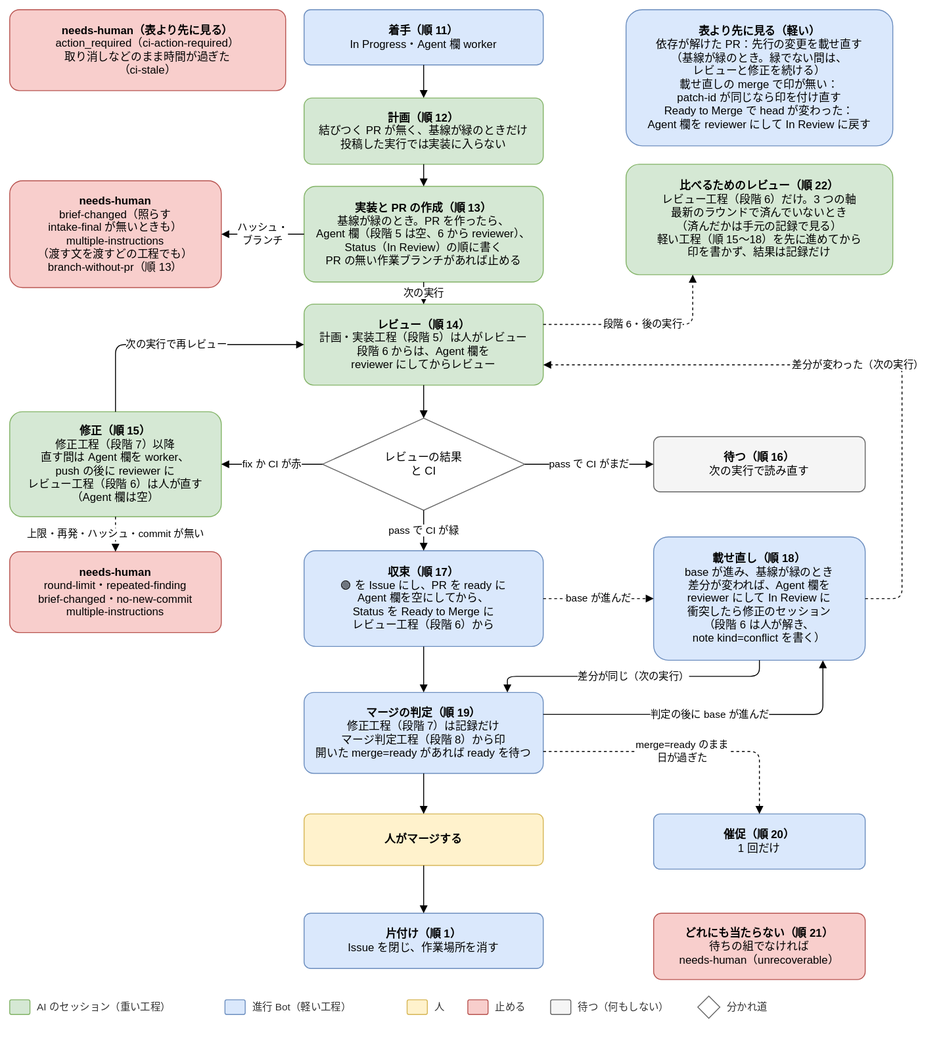
This is docs/design/basic/diagrams/02-next-step-in-progress.drawio.svg from Joymerrevent/dev-autopilot, a draw.io export, as it was before one commit. Source tidied: cells renumbered, new cells last; positions are measured from the earlier drawing's top-left corner, leaving out a move shared by most shapes.
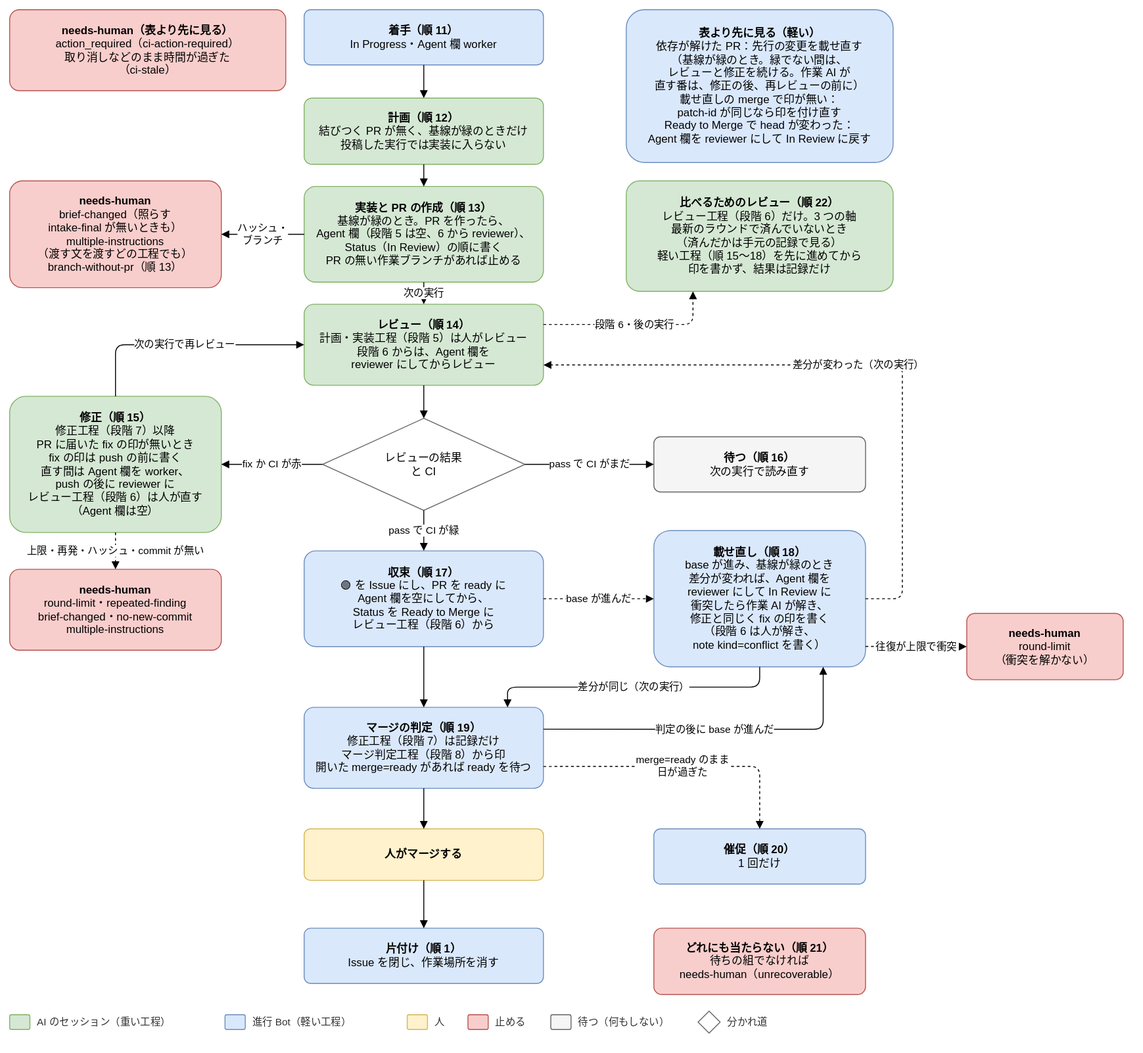
After the commit.

The edit, as a diff of the source:
```diff
@@ -3,34 +3,34 @@
     <mxCell id="0" />
     <mxCell id="1" parent="0" />
     <mxCell id="2" value="&lt;b&gt;着手（順 11）&lt;/b&gt;&lt;br&gt;In Progress・Agent 欄 worker" style="rounded=1;whiteSpace=wrap;html=1;fontSize=12;arcSize=12;spacing=12;fillColor=#dae8fc;strokeColor=#6c8ebf;" parent="1" vertex="1">
-      <mxGeometry x="320" width="260" height="60" as="geometry" />
+      <mxGeometry x="320" y="-16" width="260" height="60" as="geometry" />
     </mxCell>
     <mxCell id="3" value="&lt;b&gt;計画（順 12）&lt;/b&gt;&lt;br&gt;結びつく PR が無く、基線が緑のときだけ&lt;br&gt;投稿した実行では実装に入らない" style="rounded=1;whiteSpace=wrap;html=1;fontSize=12;arcSize=12;spacing=12;fillColor=#d5e8d4;strokeColor=#82b366;" parent="1" vertex="1">
-      <mxGeometry x="320" y="96" width="260" height="72" as="geometry" />
+      <mxGeometry x="320" y="80" width="260" height="72" as="geometry" />
     </mxCell>
     <mxCell id="4" value="&lt;b&gt;実装と PR の作成（順 13）&lt;/b&gt;&lt;br&gt;基線が緑のとき。PR を作ったら、&lt;br&gt;Agent 欄（段階 5 は空、6 から reviewer）、&lt;br&gt;Status（In Review）の順に書く&lt;br&gt;PR の無い作業ブランチがあれば止める" style="rounded=1;whiteSpace=wrap;html=1;fontSize=12;arcSize=12;spacing=12;fillColor=#d5e8d4;strokeColor=#82b366;" parent="1" vertex="1">
-      <mxGeometry x="320" y="192" width="260" height="104" as="geometry" />
+      <mxGeometry x="320" y="176" width="260" height="104" as="geometry" />
     </mxCell>
     <mxCell id="5" value="&lt;b&gt;レビュー（順 14）&lt;/b&gt;&lt;br&gt;計画・実装工程（段階 5）は人がレビュー&lt;br&gt;段階 6 からは、Agent 欄を&lt;br&gt;reviewer にしてからレビュー" style="rounded=1;whiteSpace=wrap;html=1;fontSize=12;arcSize=12;spacing=12;fillColor=#d5e8d4;strokeColor=#82b366;" parent="1" vertex="1">
-      <mxGeometry x="320" y="320" width="260" height="88" as="geometry" />
+      <mxGeometry x="320" y="304" width="260" height="88" as="geometry" />
     </mxCell>
     <mxCell id="6" value="レビューの結果&lt;br&gt;と CI" style="rhombus;whiteSpace=wrap;html=1;fontSize=12;spacing=12;fillColor=#ffffff;strokeColor=#666666;" parent="1" vertex="1">
-      <mxGeometry x="340" y="444" width="220" height="100" as="geometry" />
+      <mxGeometry x="340" y="428" width="220" height="100" as="geometry" />
     </mxCell>
-    <mxCell id="7" value="&lt;b&gt;修正（順 15）&lt;/b&gt;&lt;br&gt;修正工程（段階 7）以降&lt;br&gt;直す間は Agent 欄を worker、&lt;br&gt;push の後に reviewer に&lt;br&gt;レビュー工程（段階 6）は人が直す&lt;br&gt;（Agent 欄は空）" style="rounded=1;whiteSpace=wrap;html=1;fontSize=12;arcSize=12;spacing=12;fillColor=#d5e8d4;strokeColor=#82b366;" parent="1" vertex="1">
-      <mxGeometry y="437" width="230" height="114" as="geometry" />
+    <mxCell id="7" value="&lt;b&gt;修正（順 15）&lt;/b&gt;&lt;br&gt;修正工程（段階 7）以降&lt;br&gt;PR に届いた fix の印が無いとき&lt;br&gt;fix の印は push の前に書く&lt;br&gt;直す間は Agent 欄を worker、&lt;br&gt;push の後に reviewer に&lt;br&gt;レビュー工程（段階 6）は人が直す&lt;br&gt;（Agent 欄は空）" style="rounded=1;whiteSpace=wrap;html=1;fontSize=12;arcSize=12;spacing=12;fillColor=#d5e8d4;strokeColor=#82b366;" parent="1" vertex="1">
+      <mxGeometry y="404" width="230" height="148" as="geometry" />
     </mxCell>
     <mxCell id="8" value="&lt;b&gt;needs-human&lt;/b&gt;&lt;br&gt;round-limit・repeated-finding&lt;br&gt;brief-changed・no-new-commit&lt;br&gt;multiple-instructions" style="rounded=1;whiteSpace=wrap;html=1;fontSize=12;arcSize=12;spacing=12;fillColor=#f8cecc;strokeColor=#b85450;" parent="1" vertex="1">
-      <mxGeometry y="589" width="230" height="88" as="geometry" />
+      <mxGeometry y="592" width="230" height="88" as="geometry" />
     </mxCell>
     <mxCell id="9" value="&lt;b&gt;待つ（順 16）&lt;/b&gt;&lt;br&gt;次の実行で読み直す" style="rounded=1;whiteSpace=wrap;html=1;fontSize=12;arcSize=12;spacing=12;fillColor=#f5f5f5;strokeColor=#666666;" parent="1" vertex="1">
-      <mxGeometry x="700" y="464" width="230" height="60" as="geometry" />
+      <mxGeometry x="700" y="448" width="230" height="60" as="geometry" />
     </mxCell>
     <mxCell id="10" value="&lt;b&gt;収束（順 17）&lt;/b&gt;&lt;br&gt;🟢 を Issue にし、PR を ready に&lt;br&gt;Agent 欄を空にしてから、&lt;br&gt;Status を Ready to Merge に&lt;br&gt;レビュー工程（段階 6）から" style="rounded=1;whiteSpace=wrap;html=1;fontSize=12;arcSize=12;spacing=12;fillColor=#dae8fc;strokeColor=#6c8ebf;" parent="1" vertex="1">
-      <mxGeometry x="320" y="588" width="260" height="104" as="geometry" />
+      <mxGeometry x="320" y="572" width="260" height="104" as="geometry" />
     </mxCell>
-    <mxCell id="11" value="&lt;b&gt;載せ直し（順 18）&lt;/b&gt;&lt;br&gt;base が進み、基線が緑のとき&lt;br&gt;差分が変われば、Agent 欄を&lt;br&gt;reviewer にして In Review に&lt;br&gt;衝突したら修正のセッション&lt;br&gt;（段階 6 は人が解き、&lt;br&gt;note kind=conflict を書く）" style="rounded=1;whiteSpace=wrap;html=1;fontSize=12;arcSize=12;spacing=12;fillColor=#dae8fc;strokeColor=#6c8ebf;" parent="1" vertex="1">
-      <mxGeometry x="700" y="573" width="230" height="134" as="geometry" />
+    <mxCell id="11" value="&lt;b&gt;載せ直し（順 18）&lt;/b&gt;&lt;br&gt;base が進み、基線が緑のとき&lt;br&gt;差分が変われば、Agent 欄を&lt;br&gt;reviewer にして In Review に&lt;br&gt;衝突したら作業 AI が解き、&lt;br&gt;修正と同じく fix の印を書く&lt;br&gt;（段階 6 は人が解き、&lt;br&gt;note kind=conflict を書く）" style="rounded=1;whiteSpace=wrap;html=1;fontSize=12;arcSize=12;spacing=12;fillColor=#dae8fc;strokeColor=#6c8ebf;" parent="1" vertex="1">
+      <mxGeometry x="700" y="550" width="230" height="148" as="geometry" />
     </mxCell>
     <mxCell id="12" value="&lt;b&gt;マージの判定（順 19）&lt;/b&gt;&lt;br&gt;修正工程（段階 7）は記録だけ&lt;br&gt;マージ判定工程（段階 8）から印&lt;br&gt;開いた merge=ready があれば ready を待つ" style="rounded=1;whiteSpace=wrap;html=1;fontSize=12;arcSize=12;spacing=12;fillColor=#dae8fc;strokeColor=#6c8ebf;" parent="1" vertex="1">
       <mxGeometry x="320" y="742" width="260" height="88" as="geometry" />
@@ -83,8 +83,8 @@
     <mxCell id="28" value="差分が変わった（次の実行）" style="edgeStyle=orthogonalEdgeStyle;rounded=1;html=1;endArrow=block;endFill=1;fontSize=11;labelBackgroundColor=#ffffff;dashed=1;exitX=1;exitY=0.5;exitDx=0;exitDy=0;entryX=1;entryY=0.75;entryDx=0;entryDy=0;" parent="1" edge="1" source="11" target="5">
       <mxGeometry relative="1" as="geometry">
         <Array as="points">
-          <mxPoint x="970" y="640" />
-          <mxPoint x="970" y="386" />
+          <mxPoint x="970" y="624" />
+          <mxPoint x="970" y="370" />
         </Array>
       </mxGeometry>
     </mxCell>
@@ -122,10 +122,10 @@
       <mxGeometry x="526" y="1074" width="46" height="20" as="geometry" />
     </mxCell>
     <mxCell id="40" value="&lt;b&gt;needs-human（表より先に見る）&lt;/b&gt;&lt;br&gt;action_required（ci-action-required）&lt;br&gt;取り消しなどのまま時間が過ぎた&lt;br&gt;（ci-stale）" style="rounded=1;whiteSpace=wrap;html=1;fontSize=12;arcSize=12;spacing=12;fillColor=#f8cecc;strokeColor=#b85450;" parent="1" vertex="1">
-      <mxGeometry width="300" height="88" as="geometry" />
+      <mxGeometry y="-16" width="300" height="88" as="geometry" />
     </mxCell>
     <mxCell id="41" value="&lt;b&gt;needs-human&lt;/b&gt;&lt;br&gt;brief-changed（照らす&lt;br&gt;intake-final が無いときも）&lt;br&gt;multiple-instructions&lt;br&gt;（渡す文を渡すどの工程でも）&lt;br&gt;branch-without-pr（順 13）" style="rounded=1;whiteSpace=wrap;html=1;fontSize=12;arcSize=12;spacing=12;fillColor=#f8cecc;strokeColor=#b85450;" parent="1" vertex="1">
-      <mxGeometry y="186" width="230" height="116" as="geometry" />
+      <mxGeometry y="170" width="230" height="116" as="geometry" />
     </mxCell>
     <mxCell id="42" value="ハッシュ・&lt;br&gt;ブランチ" style="edgeStyle=orthogonalEdgeStyle;rounded=1;html=1;endArrow=block;endFill=1;fontSize=11;labelBackgroundColor=#ffffff;exitX=0;exitY=0.5;exitDx=0;exitDy=0;entryX=1;entryY=0.5;entryDx=0;entryDy=0;" parent="1" edge="1" source="4" target="41">
       <mxGeometry relative="1" as="geometry" />
@@ -145,17 +145,23 @@
     <mxCell id="47" value="分かれ道" style="text;html=1;align=left;verticalAlign=middle;fontSize=11;fontColor=#333333;" parent="1" vertex="1">
       <mxGeometry x="778" y="1074" width="60" height="20" as="geometry" />
     </mxCell>
-    <mxCell id="48" value="&lt;b&gt;表より先に見る（軽い）&lt;/b&gt;&lt;br&gt;依存が解けた PR：先行の変更を載せ直す&lt;br&gt;（基線が緑のとき。緑でない間は、&lt;br&gt;レビューと修正を続ける）&lt;br&gt;載せ直しの merge で印が無い：&lt;br&gt;patch-id が同じなら印を付け直す&lt;br&gt;Ready to Merge で head が変わった：&lt;br&gt;Agent 欄を reviewer にして In Review に戻す" style="rounded=1;whiteSpace=wrap;html=1;fontSize=12;arcSize=12;spacing=12;fillColor=#dae8fc;strokeColor=#6c8ebf;" parent="1" vertex="1">
-      <mxGeometry x="670" width="290" height="148" as="geometry" />
+    <mxCell id="48" value="&lt;b&gt;表より先に見る（軽い）&lt;/b&gt;&lt;br&gt;依存が解けた PR：先行の変更を載せ直す&lt;br&gt;（基線が緑のとき。緑でない間は、&lt;br&gt;レビューと修正を続ける。作業 AI が&lt;br&gt;直す番は、修正の後、再レビューの前に）&lt;br&gt;載せ直しの merge で印が無い：&lt;br&gt;patch-id が同じなら印を付け直す&lt;br&gt;Ready to Merge で head が変わった：&lt;br&gt;Agent 欄を reviewer にして In Review に戻す" style="rounded=1;whiteSpace=wrap;html=1;fontSize=12;arcSize=12;spacing=12;fillColor=#dae8fc;strokeColor=#6c8ebf;" parent="1" vertex="1">
+      <mxGeometry x="670" y="-16" width="290" height="166" as="geometry" />
     </mxCell>
     <mxCell id="49" value="&lt;b&gt;どれにも当たらない（順 21）&lt;/b&gt;&lt;br&gt;待ちの組でなければ&lt;br&gt;needs-human（unrecoverable）" style="rounded=1;whiteSpace=wrap;html=1;fontSize=12;arcSize=12;spacing=12;fillColor=#f8cecc;strokeColor=#b85450;" parent="1" vertex="1">
       <mxGeometry x="700" y="982" width="230" height="72" as="geometry" />
     </mxCell>
     <mxCell id="50" value="&lt;b&gt;比べるためのレビュー（順 22）&lt;/b&gt;&lt;br&gt;レビュー工程（段階 6）だけ。3 つの軸&lt;br&gt;最新のラウンドで済んでいないとき&lt;br&gt;（済んだかは手元の記録で見る）&lt;br&gt;軽い工程（順 15〜18）を先に進めてから&lt;br&gt;印を書かず、結果は記録だけ" style="rounded=1;whiteSpace=wrap;html=1;fontSize=12;arcSize=12;spacing=12;fillColor=#d5e8d4;strokeColor=#82b366;" parent="1" vertex="1">
-      <mxGeometry x="670" y="168" width="290" height="120" as="geometry" />
+      <mxGeometry x="670" y="170" width="290" height="120" as="geometry" />
     </mxCell>
     <mxCell id="51" value="段階 6・後の実行" style="edgeStyle=orthogonalEdgeStyle;rounded=1;html=1;endArrow=block;endFill=1;fontSize=11;labelBackgroundColor=#ffffff;dashed=1;exitX=1;exitY=0.25;exitDx=0;exitDy=0;entryX=0.25;entryY=1;entryDx=0;entryDy=0;" parent="1" edge="1" source="5" target="50">
       <mxGeometry relative="1" as="geometry" />
     </mxCell>
+    <mxCell id="52" value="&lt;b&gt;needs-human&lt;/b&gt;&lt;br&gt;round-limit&lt;br&gt;（衝突を解かない）" style="rounded=1;whiteSpace=wrap;html=1;fontSize=12;arcSize=12;spacing=12;fillColor=#f8cecc;strokeColor=#b85450;" parent="1" vertex="1">
+      <mxGeometry x="1040" y="640" width="170" height="72" as="geometry" />
+    </mxCell>
+    <mxCell id="53" value="往復が上限で衝突" style="edgeStyle=orthogonalEdgeStyle;rounded=1;html=1;endArrow=block;endFill=1;fontSize=11;labelBackgroundColor=#ffffff;dashed=1;exitX=1;exitY=0.85;exitDx=0;exitDy=0;entryX=0;entryY=0.5;entryDx=0;entryDy=0;" parent="1" edge="1" source="11" target="52">
+      <mxGeometry relative="1" as="geometry" />
+    </mxCell>
   </root>
 </mxGraphModel>
```
